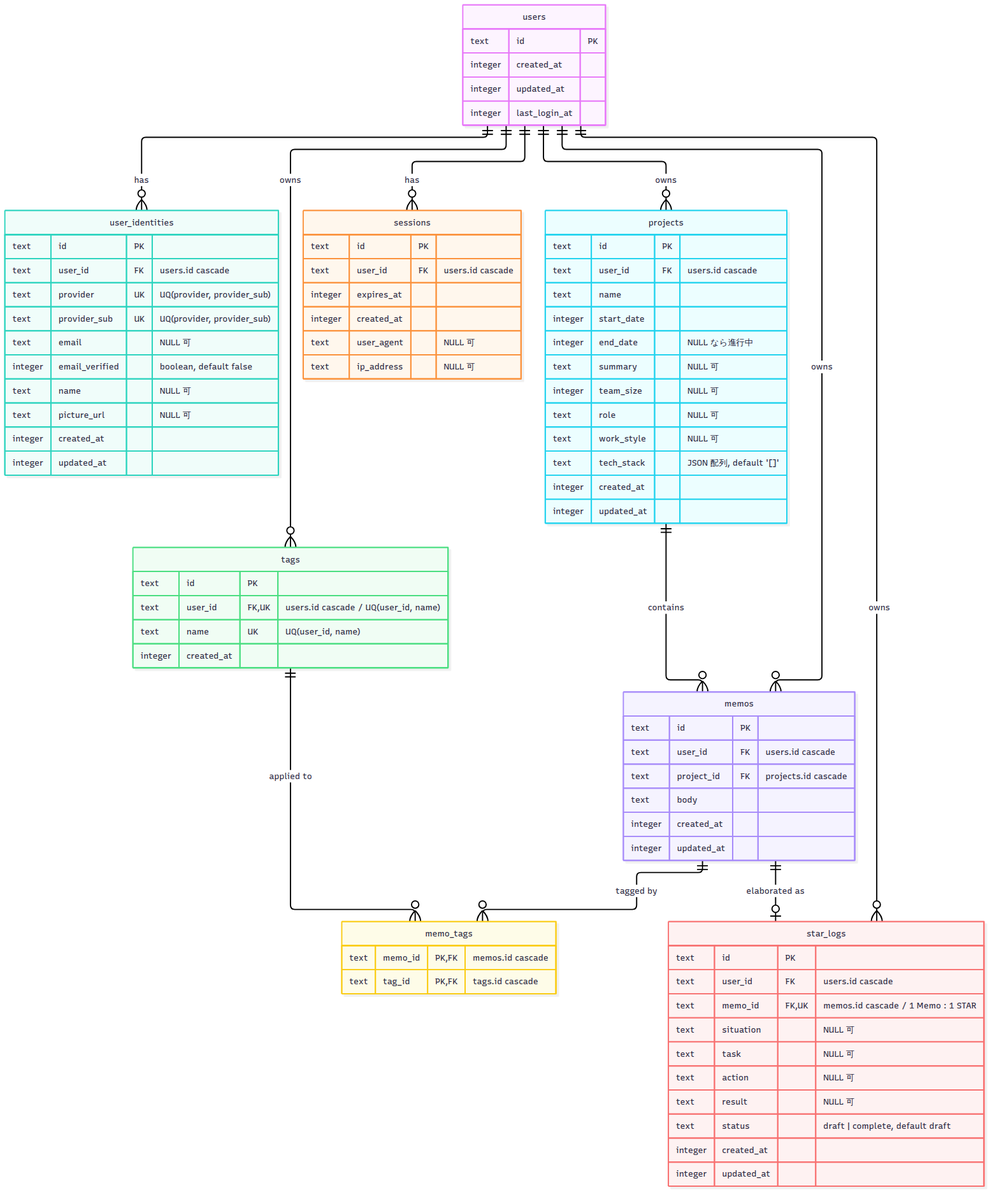
Before: docs/diagrams/er.png, a diagram exported from Mermaid (Kai-Itakura/stacx). Its source is kept beside it as docs/diagrams/er.mmd. Its diagram source:
```mermaid
erDiagram
  users ||--o{ user_identities : "has"
  users ||--o{ sessions : "has"
  users ||--o{ projects : "owns"
  users ||--o{ tags : "owns"
  users ||--o{ memos : "owns"
  users ||--o{ star_logs : "owns"
  projects ||--o{ memos : "contains"
  memos ||--o{ memo_tags : "tagged by"
  tags ||--o{ memo_tags : "applied to"
  memos ||--o| star_logs : "elaborated as"

  users {
    text id PK
    integer created_at
    integer updated_at
    integer last_login_at
  }

  user_identities {
    text id PK
    text user_id FK "users.id cascade"
    text provider UK "UQ(provider, provider_sub)"
    text provider_sub UK "UQ(provider, provider_sub)"
    text email "NULL 可"
    integer email_verified "boolean, default false"
    text name "NULL 可"
    text picture_url "NULL 可"
    integer created_at
    integer updated_at
  }

  sessions {
    text id PK
    text user_id FK "users.id cascade"
    integer expires_at
    integer created_at
    text user_agent "NULL 可"
    text ip_address "NULL 可"
  }

  projects {
    text id PK
    text user_id FK "users.id cascade"
    text name
    integer start_date
    integer end_date "NULL なら進行中"
    text summary "NULL 可"
    integer team_size "NULL 可"
    text role "NULL 可"
    text work_style "NULL 可"
    text tech_stack "JSON 配列, default '[]'"
    integer created_at
    integer updated_at
  }

  tags {
    text id PK
    text user_id FK,UK "users.id cascade / UQ(user_id, name)"
    text name UK "UQ(user_id, name)"
    integer created_at
  }

  memos {
    text id PK
    text user_id FK "users.id cascade"
    text project_id FK "projects.id cascade"
    text body
    integer created_at
    integer updated_at
  }

  star_logs {
    text id PK
    text user_id FK "users.id cascade"
    text memo_id FK,UK "memos.id cascade / 1 Memo : 1 STAR"
    text situation "NULL 可"
    text task "NULL 可"
    text action "NULL 可"
    text result "NULL 可"
    text status "draft | complete, default draft"
    integer created_at
    integer updated_at
  }

  memo_tags {
    text memo_id PK,FK "memos.id cascade"
    text tag_id PK,FK "tags.id cascade"
  }
```
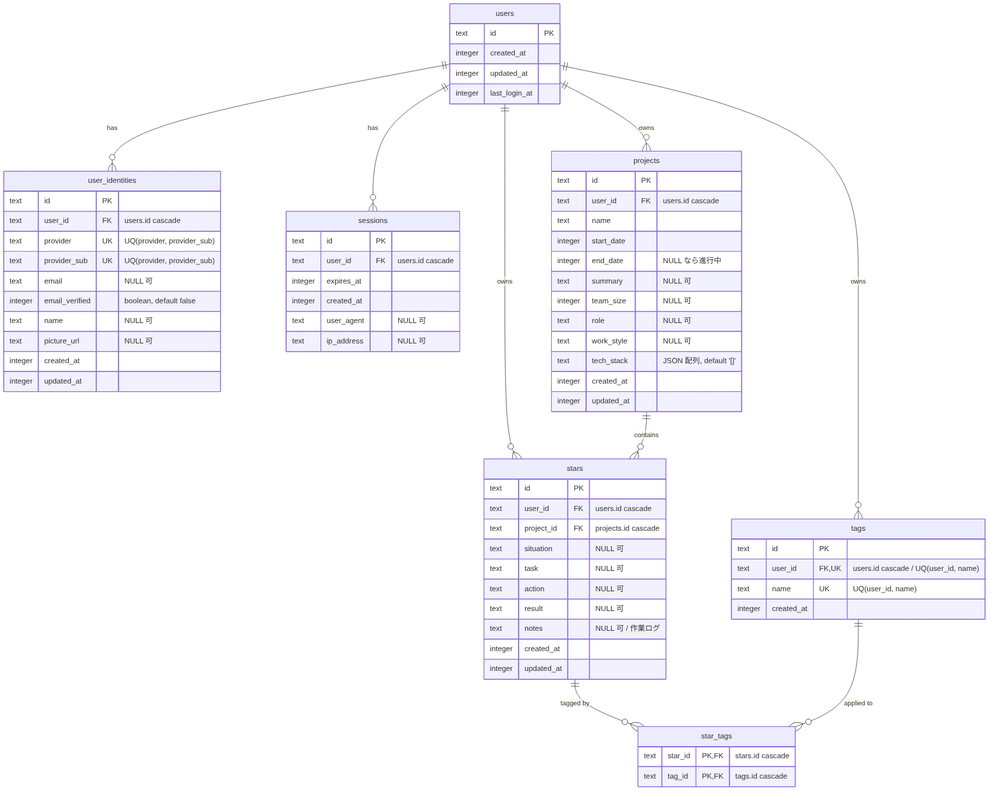
The same diagram one commit later.

Commit message:
docs: スキーマ・ADR・アーキテクチャを STAR 中心モデルに合わせる

Diff of the diagram source:
```diff
@@ -3,12 +3,10 @@
   users ||--o{ sessions : "has"
   users ||--o{ projects : "owns"
   users ||--o{ tags : "owns"
-  users ||--o{ memos : "owns"
-  users ||--o{ star_logs : "owns"
-  projects ||--o{ memos : "contains"
-  memos ||--o{ memo_tags : "tagged by"
-  tags ||--o{ memo_tags : "applied to"
-  memos ||--o| star_logs : "elaborated as"
+  users ||--o{ stars : "owns"
+  projects ||--o{ stars : "contains"
+  stars ||--o{ star_tags : "tagged by"
+  tags ||--o{ star_tags : "applied to"
 
   users {
     text id PK
@@ -61,29 +59,20 @@
     integer created_at
   }
 
-  memos {
+  stars {
     text id PK
     text user_id FK "users.id cascade"
     text project_id FK "projects.id cascade"
-    text body
+    text situation "NULL 可"
+    text task "NULL 可"
+    text action "NULL 可"
+    text result "NULL 可"
+    text notes "NULL 可 / 作業ログ"
     integer created_at
     integer updated_at
   }
 
-  star_logs {
-    text id PK
-    text user_id FK "users.id cascade"
-    text memo_id FK,UK "memos.id cascade / 1 Memo : 1 STAR"
-    text situation "NULL 可"
-    text task "NULL 可"
-    text action "NULL 可"
-    text result "NULL 可"
-    text status "draft | complete, default draft"
-    integer created_at
-    integer updated_at
-  }
-
-  memo_tags {
-    text memo_id PK,FK "memos.id cascade"
+  star_tags {
+    text star_id PK,FK "stars.id cascade"
     text tag_id PK,FK "tags.id cascade"
   }
```
